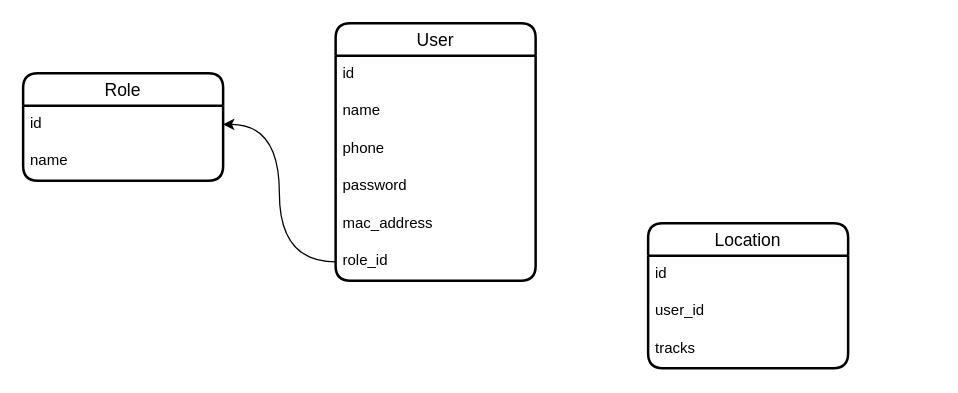
This is karsoft-location.drawio from iztileuoff/databases, a draw.io file, before an edit. Source tidied: cells renumbered, new cells numbered last; positions are measured from the earlier drawing's top-left corner, leaving out a move shared by most shapes. Both pictures are drawn from the tidied source at 125%, with x=0, y=0 at pixel (22, 22).
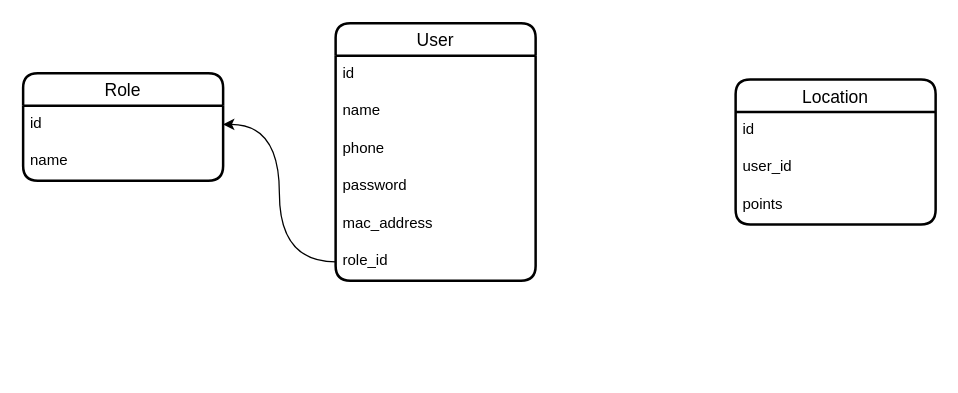
Above is the later version.

Diff of the diagram source:
```diff
@@
 <mxGraphModel>
   <root>
     <mxCell id="0" />
     <mxCell id="1" parent="0" />
     <mxCell id="2" value="User" style="swimlane;fontStyle=0;horizontal=1;startSize=26;align=center;fontSize=14;strokeWidth=2;rounded=1;shadow=0;glass=0;swimlaneLine=1;" parent="1" vertex="1">
       <mxGeometry x="250" width="160" height="206" as="geometry" />
     </mxCell>
     <mxCell id="3" value="id" style="text;strokeColor=none;fillColor=none;spacingLeft=4;spacingRight=4;overflow=hidden;fontSize=12;whiteSpace=wrap;html=1;" parent="2" vertex="1">
       <mxGeometry y="26" width="160" height="30" as="geometry" />
     </mxCell>
     <mxCell id="4" value="name" style="text;strokeColor=none;fillColor=none;spacingLeft=4;spacingRight=4;overflow=hidden;fontSize=12;whiteSpace=wrap;html=1;" parent="2" vertex="1">
       <mxGeometry y="56" width="160" height="30" as="geometry" />
     </mxCell>
     <mxCell id="5" value="phone" style="text;strokeColor=none;fillColor=none;spacingLeft=4;spacingRight=4;overflow=hidden;fontSize=12;whiteSpace=wrap;html=1;" parent="2" vertex="1">
       <mxGeometry y="86" width="160" height="30" as="geometry" />
     </mxCell>
     <mxCell id="6" value="password" style="text;strokeColor=none;fillColor=none;spacingLeft=4;spacingRight=4;overflow=hidden;fontSize=12;whiteSpace=wrap;html=1;" parent="2" vertex="1">
       <mxGeometry y="116" width="160" height="30" as="geometry" />
     </mxCell>
     <mxCell id="7" value="mac_address" style="text;strokeColor=none;fillColor=none;spacingLeft=4;spacingRight=4;overflow=hidden;fontSize=12;whiteSpace=wrap;html=1;" parent="2" vertex="1">
       <mxGeometry y="146" width="160" height="30" as="geometry" />
     </mxCell>
     <mxCell id="8" value="role_id" style="text;strokeColor=none;fillColor=none;spacingLeft=4;spacingRight=4;overflow=hidden;points=[[0,0.5],[1,0.5]];portConstraint=eastwest;fontSize=12;whiteSpace=wrap;html=1;" parent="2" vertex="1">
       <mxGeometry y="176" width="160" height="30" as="geometry" />
     </mxCell>
     <mxCell id="9" value="Role" style="swimlane;fontStyle=0;horizontal=1;startSize=26;align=center;fontSize=14;strokeWidth=2;rounded=1;shadow=0;glass=0;swimlaneLine=1;" parent="1" vertex="1">
       <mxGeometry y="40" width="160" height="86" as="geometry" />
     </mxCell>
     <mxCell id="10" value="id" style="text;strokeColor=none;fillColor=none;spacingLeft=4;spacingRight=4;overflow=hidden;points=[[0,0.5],[1,0.5]];portConstraint=eastwest;fontSize=12;whiteSpace=wrap;html=1;" parent="9" vertex="1">
       <mxGeometry y="26" width="160" height="30" as="geometry" />
     </mxCell>
     <mxCell id="11" value="name" style="text;strokeColor=none;fillColor=none;spacingLeft=4;spacingRight=4;overflow=hidden;fontSize=12;whiteSpace=wrap;html=1;" parent="9" vertex="1">
       <mxGeometry y="56" width="160" height="30" as="geometry" />
     </mxCell>
     <mxCell id="12" style="edgeStyle=orthogonalEdgeStyle;rounded=0;jettySize=auto;html=1;entryX=1;entryY=0.5;entryDx=0;entryDy=0;curved=1;" parent="1" edge="1" source="8" target="10">
       <mxGeometry relative="1" as="geometry" />
     </mxCell>
     <mxCell id="13" value="Location" style="swimlane;fontStyle=0;horizontal=1;startSize=26;align=center;fontSize=14;strokeWidth=2;rounded=1;shadow=0;glass=0;swimlaneLine=1;" parent="1" vertex="1">
-      <mxGeometry x="500" y="160" width="160" height="116" as="geometry" />
+      <mxGeometry x="570" y="45" width="160" height="116" as="geometry" />
     </mxCell>
     <mxCell id="14" value="id" style="text;strokeColor=none;fillColor=none;spacingLeft=4;spacingRight=4;overflow=hidden;fontSize=12;whiteSpace=wrap;html=1;" parent="13" vertex="1">
       <mxGeometry y="26" width="160" height="30" as="geometry" />
     </mxCell>
     <mxCell id="15" value="user_id" style="text;strokeColor=none;fillColor=none;spacingLeft=4;spacingRight=4;overflow=hidden;fontSize=12;whiteSpace=wrap;html=1;" parent="13" vertex="1">
       <mxGeometry y="56" width="160" height="30" as="geometry" />
     </mxCell>
-    <mxCell id="16" value="tracks" style="text;strokeColor=none;fillColor=none;spacingLeft=4;spacingRight=4;overflow=hidden;fontSize=12;whiteSpace=wrap;html=1;" parent="13" vertex="1">
+    <mxCell id="16" value="points" style="text;strokeColor=none;fillColor=none;spacingLeft=4;spacingRight=4;overflow=hidden;fontSize=12;whiteSpace=wrap;html=1;" parent="13" vertex="1">
       <mxGeometry y="86" width="160" height="30" as="geometry" />
     </mxCell>
   </root>
 </mxGraphModel>
```
